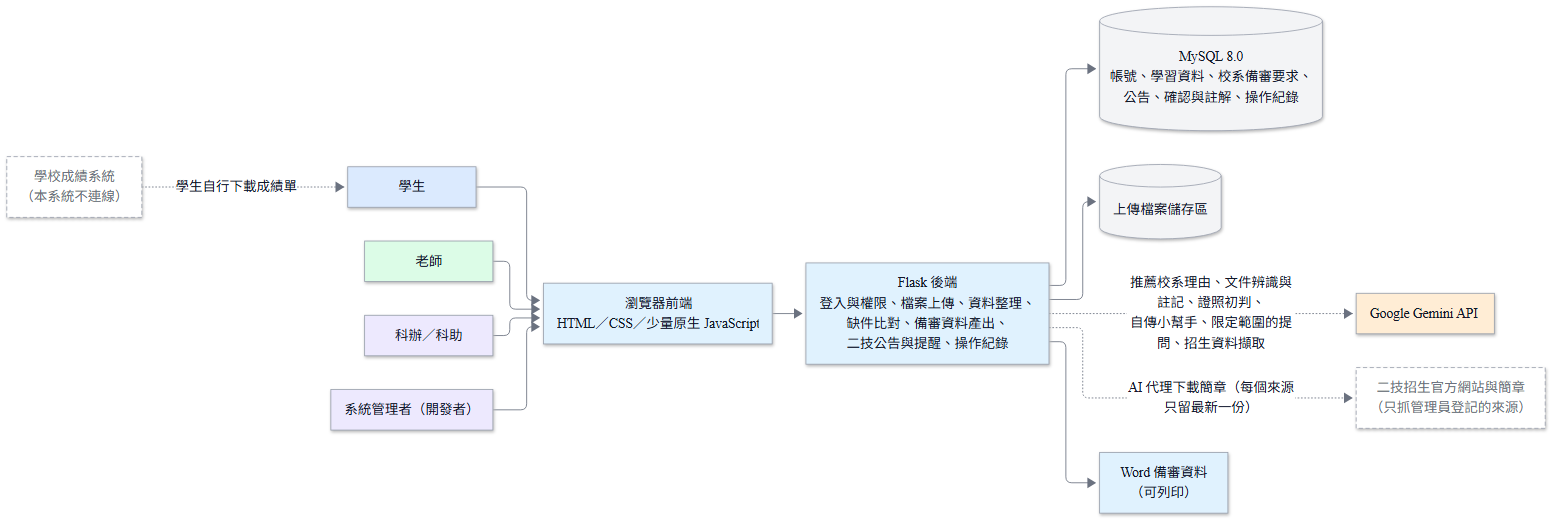
The Mermaid diagram docs/images/D-05-system-architecture.png in vujhdcusa/1028, before a commit. Its source is kept beside it as docs/images/D-05-system-architecture.mmd.
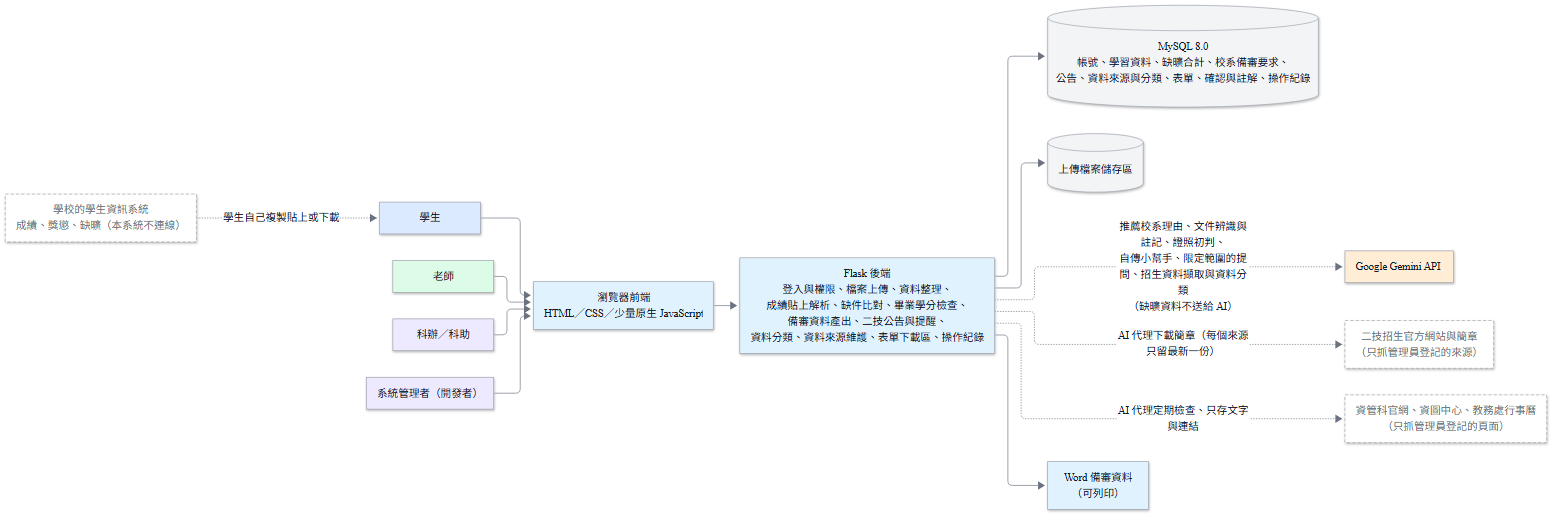
Later version of the same file.

What changed in the source:
```diff
@@ -8,23 +8,25 @@
     classDef ai fill:#FFEDD5,stroke:#9CA3AF,color:#111827,stroke-width:1px;
     classDef external fill:#FFFFFF,stroke:#9CA3AF,color:#6B7280,stroke-width:1px,stroke-dasharray:5 3;
 
-    School[學校成績系統<br/>（本系統不連線）]:::external
+    School[學校的學生資訊系統<br/>成績、獎懲、缺曠（本系統不連線）]:::external
+    Campus[資管科官網、資圖中心、教務處行事曆<br/>（只抓管理員登記的頁面）]:::external
     Official[二技招生官方網站與簡章<br/>（只抓管理員登記的來源）]:::external
     Student[學生]:::student
     Teacher[老師]:::teacher
     Staff[科辦／科助]:::admin
     Admin[系統管理者（開發者）]:::admin
 
-    School -. 學生自行下載成績單 .-> Student
+    School -. 學生自己複製貼上或下載 .-> Student
     Student --> UI
     Teacher --> UI
     Staff --> UI
     Admin --> UI
 
     UI[瀏覽器前端<br/>HTML／CSS／少量原生 JavaScript]:::backend
-    UI --> App[Flask 後端<br/>登入與權限、檔案上傳、資料整理、<br/>缺件比對、備審資料產出、<br/>二技公告與提醒、操作紀錄]:::backend
-    App --> DB[(MySQL 8.0<br/>帳號、學習資料、校系備審要求、<br/>公告、確認與註解、操作紀錄)]:::db
+    UI --> App[Flask 後端<br/>登入與權限、檔案上傳、資料整理、<br/>成績貼上解析、缺件比對、畢業學分檢查、<br/>備審資料產出、二技公告與提醒、<br/>資料分類、資料來源維護、表單下載區、操作紀錄]:::backend
+    App --> DB[(MySQL 8.0<br/>帳號、學習資料、缺曠合計、校系備審要求、<br/>公告、資料來源與分類、表單、確認與註解、操作紀錄)]:::db
     App --> Files[(上傳檔案儲存區)]:::db
-    App -. 推薦校系理由、文件辨識與註記、證照初判、<br/>自傳小幫手、限定範圍的提問、招生資料擷取 .-> Gemini[Google Gemini API]:::ai
+    App -. 推薦校系理由、文件辨識與註記、證照初判、<br/>自傳小幫手、限定範圍的提問、招生資料擷取與資料分類<br/>（缺曠資料不送給 AI） .-> Gemini[Google Gemini API]:::ai
     App -. AI 代理下載簡章（每個來源只留最新一份） .-> Official
+    App -. AI 代理定期檢查、只存文字與連結 .-> Campus
     App --> Doc[Word 備審資料<br/>（可列印）]:::backend
```
